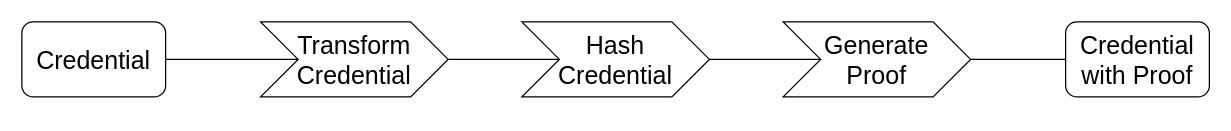
This is diagrams/di_crypto_proof.drawio from w3c/vc-overview, a draw.io file, before an edit. Source tidied: cells renumbered, new cells numbered last; positions are measured from the earlier drawing's top-left corner, leaving out a move shared by most shapes. Both pictures are drawn from the tidied source at 125%, with x=0, y=0 at pixel (21, 21).
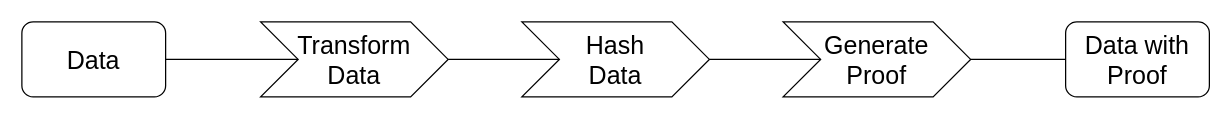
After the change.

Diff of the diagram source:
```diff
@@
 <mxGraphModel>
   <root>
     <mxCell id="0" />
     <mxCell id="1" parent="0" />
-    <mxCell id="2" value="&lt;font style=&quot;&quot;&gt;&lt;span style=&quot;font-size: 20px;&quot;&gt;Credential&lt;/span&gt;&lt;br&gt;&lt;/font&gt;" style="rounded=1;whiteSpace=wrap;html=1;fontSize=16;labelBackgroundColor=none;fillColor=none;" parent="1" vertex="1">
+    <mxCell id="2" value="&lt;font style=&quot;&quot;&gt;&lt;span style=&quot;font-size: 20px;&quot;&gt;Data&lt;/span&gt;&lt;br&gt;&lt;/font&gt;" style="rounded=1;whiteSpace=wrap;html=1;fontSize=16;labelBackgroundColor=none;fillColor=none;" parent="1" vertex="1">
       <mxGeometry width="115" height="60" as="geometry" />
     </mxCell>
-    <mxCell id="3" value="&lt;font style=&quot;&quot;&gt;&lt;span style=&quot;font-size: 20px;&quot;&gt;Credential with Proof&lt;/span&gt;&lt;br&gt;&lt;/font&gt;" style="rounded=1;whiteSpace=wrap;html=1;fontSize=16;labelBackgroundColor=none;fillColor=none;" parent="1" vertex="1">
+    <mxCell id="3" value="&lt;font style=&quot;&quot;&gt;&lt;span style=&quot;font-size: 20px;&quot;&gt;Data with Proof&lt;/span&gt;&lt;br&gt;&lt;/font&gt;" style="rounded=1;whiteSpace=wrap;html=1;fontSize=16;labelBackgroundColor=none;fillColor=none;" parent="1" vertex="1">
       <mxGeometry x="835" width="115" height="60" as="geometry" />
     </mxCell>
-    <mxCell id="4" value="&lt;font style=&quot;font-size: 20px;&quot;&gt;Transform&lt;/font&gt;&lt;div style=&quot;font-size: 20px;&quot;&gt;&lt;font style=&quot;font-size: 20px;&quot;&gt;Credential&lt;/font&gt;&lt;/div&gt;" style="shape=step;perimeter=stepPerimeter;whiteSpace=wrap;html=1;fixedSize=1;size=30;fillColor=none;" parent="1" vertex="1">
+    <mxCell id="4" value="&lt;font style=&quot;font-size: 20px;&quot;&gt;Transform&lt;/font&gt;&lt;div style=&quot;font-size: 20px;&quot;&gt;&lt;font style=&quot;font-size: 20px;&quot;&gt;Data&lt;/font&gt;&lt;/div&gt;" style="shape=step;perimeter=stepPerimeter;whiteSpace=wrap;html=1;fixedSize=1;size=30;fillColor=none;" parent="1" vertex="1">
       <mxGeometry x="191" width="150" height="60" as="geometry" />
     </mxCell>
     <mxCell id="5" style="edgeStyle=none;curved=1;rounded=0;orthogonalLoop=1;jettySize=auto;html=1;exitX=0.5;exitY=1;exitDx=0;exitDy=0;fontSize=12;startSize=8;endSize=8;" parent="1" edge="1" source="4" target="4">
       <mxGeometry relative="1" as="geometry" />
     </mxCell>
-    <mxCell id="6" value="&lt;div style=&quot;font-size: 20px;&quot;&gt;&lt;font style=&quot;font-size: 20px;&quot;&gt;Hash&lt;/font&gt;&lt;/div&gt;&lt;div style=&quot;font-size: 20px;&quot;&gt;&lt;font style=&quot;font-size: 20px;&quot;&gt;Credential&lt;/font&gt;&lt;/div&gt;" style="shape=step;perimeter=stepPerimeter;whiteSpace=wrap;html=1;fixedSize=1;size=30;fillColor=none;" parent="1" vertex="1">
+    <mxCell id="6" value="&lt;div style=&quot;font-size: 20px;&quot;&gt;&lt;font style=&quot;font-size: 20px;&quot;&gt;Hash&lt;/font&gt;&lt;/div&gt;&lt;div style=&quot;font-size: 20px;&quot;&gt;&lt;font style=&quot;font-size: 20px;&quot;&gt;Data&lt;/font&gt;&lt;/div&gt;" style="shape=step;perimeter=stepPerimeter;whiteSpace=wrap;html=1;fixedSize=1;size=30;fillColor=none;" parent="1" vertex="1">
       <mxGeometry x="400" width="150" height="60" as="geometry" />
     </mxCell>
     <mxCell id="7" value="&lt;div style=&quot;font-size: 20px;&quot;&gt;&lt;span style=&quot;background-color: initial;&quot;&gt;Generate&lt;/span&gt;&lt;/div&gt;&lt;div style=&quot;font-size: 20px;&quot;&gt;&lt;span style=&quot;background-color: initial;&quot;&gt;Proof&lt;/span&gt;&lt;br&gt;&lt;/div&gt;" style="shape=step;perimeter=stepPerimeter;whiteSpace=wrap;html=1;fixedSize=1;size=30;fillColor=none;" parent="1" vertex="1">
       <mxGeometry x="609" width="150" height="60" as="geometry" />
     </mxCell>
     <mxCell id="8" style="endArrow=none;html=1;rounded=0;fontSize=12;startSize=8;endSize=8;curved=1;exitX=1;exitY=0.5;exitDx=0;exitDy=0;entryX=0;entryY=0.5;entryDx=0;entryDy=0;" parent="1" edge="1" source="2" target="4">
       <mxGeometry relative="1" as="geometry" />
     </mxCell>
     <mxCell id="9" style="endArrow=none;html=1;rounded=0;fontSize=12;startSize=8;endSize=8;curved=1;exitX=1;exitY=0.5;exitDx=0;exitDy=0;entryX=0;entryY=0.5;entryDx=0;entryDy=0;" parent="1" edge="1" source="4" target="6">
       <mxGeometry relative="1" as="geometry" />
     </mxCell>
     <mxCell id="10" style="endArrow=none;html=1;rounded=0;fontSize=12;startSize=8;endSize=8;curved=1;exitX=1;exitY=0.5;exitDx=0;exitDy=0;entryX=0;entryY=0.5;entryDx=0;entryDy=0;" parent="1" edge="1" source="6" target="7">
       <mxGeometry relative="1" as="geometry" />
     </mxCell>
     <mxCell id="11" style="endArrow=none;html=1;rounded=0;fontSize=12;startSize=8;endSize=8;curved=1;exitX=1;exitY=0.5;exitDx=0;exitDy=0;entryX=0;entryY=0.5;entryDx=0;entryDy=0;" parent="1" edge="1" source="7" target="3">
       <mxGeometry relative="1" as="geometry" />
     </mxCell>
   </root>
 </mxGraphModel>
```
